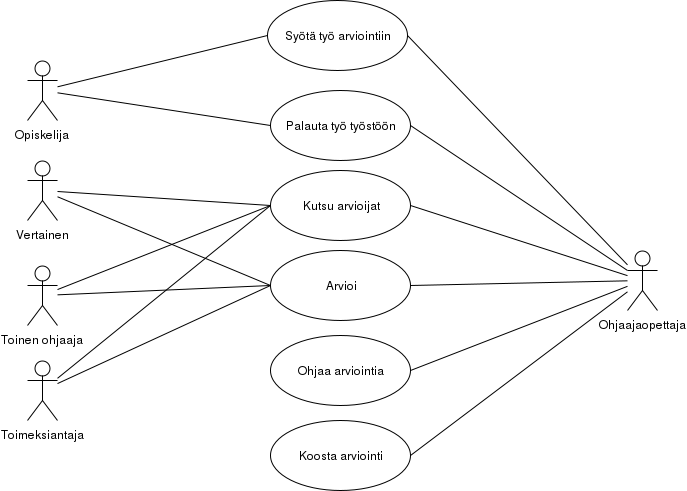
Earlier version of the draw.io export use_case.png (VABAS/Ohjelmistosuunnittelu_ja_testaus_2017K). Source tidied: cells renumbered, new cells last; positions are measured from the earlier drawing's top-left corner, leaving out a move shared by most shapes.
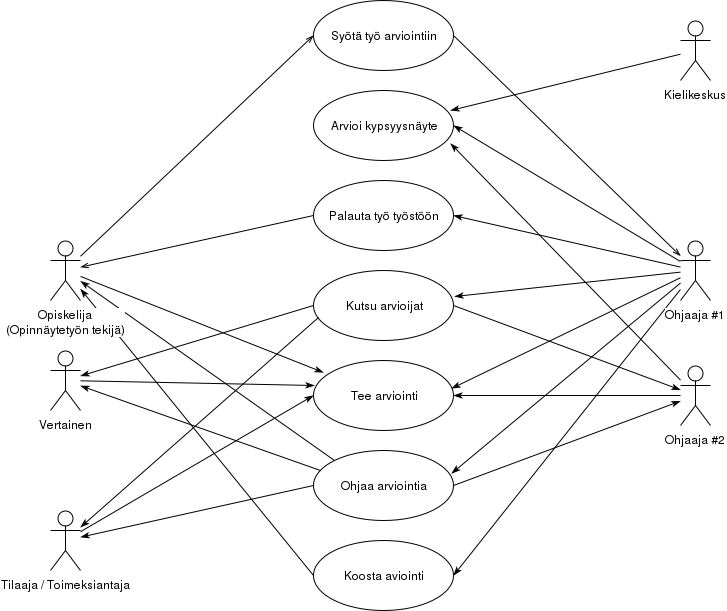
After the change.

Commit message:
Muutettu use case kuvaa

Diff of the diagram source:
```diff
@@ -2,80 +2,117 @@
   <root>
     <mxCell id="0" />
     <mxCell id="1" parent="0" />
+    <mxCell id="27" value="Syötä työ arviointiin&lt;br&gt;" style="ellipse;whiteSpace=wrap;html=1;" parent="1" vertex="1">
+      <mxGeometry x="243" y="-110" width="140" height="70" as="geometry" />
+    </mxCell>
-    <mxCell id="2" value="Syötä työ arviointiin&lt;br&gt;" style="ellipse;whiteSpace=wrap;html=1;" parent="1" vertex="1">
-      <mxGeometry x="240" width="140" height="70" as="geometry" />
+    <mxCell id="2" value="Palauta työ työstöön&lt;br&gt;" style="ellipse;whiteSpace=wrap;html=1;" parent="1" vertex="1">
+      <mxGeometry x="243" y="70" width="140" height="70" as="geometry" />
     </mxCell>
-    <mxCell id="3" value="Arvioi" style="ellipse;whiteSpace=wrap;html=1;" parent="1" vertex="1">
-      <mxGeometry x="243" y="250" width="140" height="70" as="geometry" />
+    <mxCell id="3" value="Arvioi kypsyysnäyte&lt;br&gt;" style="ellipse;whiteSpace=wrap;html=1;" parent="1" vertex="1">
+      <mxGeometry x="243" y="-20" width="140" height="70" as="geometry" />
     </mxCell>
-    <mxCell id="4" value="Koosta arviointi&lt;br&gt;" style="ellipse;whiteSpace=wrap;html=1;" parent="1" vertex="1">
-      <mxGeometry x="243" y="420" width="140" height="70" as="geometry" />
+    <mxCell id="4" value="Kutsu arvioijat&lt;br&gt;" style="ellipse;whiteSpace=wrap;html=1;" parent="1" vertex="1">
+      <mxGeometry x="243" y="160" width="140" height="70" as="geometry" />
     </mxCell>
-    <mxCell id="5" style="edgeStyle=none;rounded=0;html=1;entryX=0;entryY=0.5;endArrow=none;endFill=0;jettySize=auto;strokeColor=#000000;" parent="1" edge="1" source="7" target="2">
-      <mxGeometry relative="1" as="geometry" />
-    </mxCell>
-    <mxCell id="6" style="edgeStyle=none;rounded=0;html=1;entryX=0;entryY=0.5;endArrow=none;endFill=0;jettySize=auto;strokeColor=#000000;" parent="1" edge="1" source="7" target="15">
-      <mxGeometry relative="1" as="geometry" />
-    </mxCell>
-    <mxCell id="7" value="Opiskelija" style="shape=umlActor;verticalLabelPosition=bottom;labelBackgroundColor=#ffffff;verticalAlign=top;html=1;" parent="1" vertex="1">
-      <mxGeometry y="60" width="30" height="60" as="geometry" />
+    <mxCell id="7" value="Tee arviointi&lt;br&gt;" style="ellipse;whiteSpace=wrap;html=1;" parent="1" vertex="1">
+      <mxGeometry x="243" y="250" width="140" height="70" as="geometry" />
     </mxCell>
-    <mxCell id="8" style="rounded=0;html=1;entryX=1;entryY=0.5;jettySize=auto;strokeColor=#000000;endArrow=none;endFill=0;" parent="1" edge="1" source="14" target="15">
-      <mxGeometry relative="1" as="geometry" />
-    </mxCell>
-    <mxCell id="9" style="edgeStyle=none;rounded=0;html=1;entryX=1;entryY=0.5;endArrow=none;endFill=0;jettySize=auto;strokeColor=#000000;" parent="1" edge="1" source="14" target="3">
-      <mxGeometry relative="1" as="geometry" />
-    </mxCell>
-    <mxCell id="10" style="edgeStyle=none;rounded=0;html=1;entryX=1;entryY=0.5;endArrow=none;endFill=0;jettySize=auto;strokeColor=#000000;" parent="1" edge="1" source="14" target="4">
-      <mxGeometry relative="1" as="geometry" />
-    </mxCell>
-    <mxCell id="11" style="edgeStyle=none;rounded=0;html=1;entryX=1;entryY=0.5;endArrow=none;endFill=0;jettySize=auto;strokeColor=#000000;" parent="1" edge="1" source="14" target="2">
-      <mxGeometry relative="1" as="geometry" />
-    </mxCell>
-    <mxCell id="12" style="edgeStyle=none;rounded=0;html=1;entryX=1;entryY=0.5;endArrow=none;endFill=0;jettySize=auto;strokeColor=#000000;" parent="1" edge="1" source="14" target="25">
-      <mxGeometry relative="1" as="geometry" />
-    </mxCell>
-    <mxCell id="13" style="edgeStyle=none;rounded=0;html=1;entryX=1;entryY=0.5;endArrow=none;endFill=0;jettySize=auto;strokeColor=#000000;" parent="1" edge="1" source="14" target="26">
-      <mxGeometry relative="1" as="geometry" />
-    </mxCell>
-    <mxCell id="14" value="Ohjaajaopettaja" style="shape=umlActor;verticalLabelPosition=bottom;labelBackgroundColor=#ffffff;verticalAlign=top;html=1;" parent="1" vertex="1">
-      <mxGeometry x="600" y="250" width="30" height="60" as="geometry" />
+    <mxCell id="14" value="Ohjaa arviointia&lt;br&gt;" style="ellipse;whiteSpace=wrap;html=1;" parent="1" vertex="1">
+      <mxGeometry x="243" y="340" width="140" height="70" as="geometry" />
     </mxCell>
-    <mxCell id="15" value="Palauta työ työstöön&lt;br&gt;" style="ellipse;whiteSpace=wrap;html=1;" parent="1" vertex="1">
-      <mxGeometry x="243" y="90" width="140" height="70" as="geometry" />
+    <mxCell id="15" value="Koosta aviointi&lt;br&gt;" style="ellipse;whiteSpace=wrap;html=1;" parent="1" vertex="1">
+      <mxGeometry x="243" y="430" width="140" height="70" as="geometry" />
     </mxCell>
-    <mxCell id="16" style="edgeStyle=none;rounded=0;html=1;entryX=0;entryY=0.5;endArrow=none;endFill=0;jettySize=auto;strokeColor=#000000;" parent="1" edge="1" source="18" target="3">
-      <mxGeometry relative="1" as="geometry" />
-    </mxCell>
+    <mxCell id="8" style="edgeStyle=none;rounded=0;html=1;entryX=0;entryY=0.5;endArrow=openThin;endFill=0;jettySize=auto;strokeColor=#000000;" parent="1" edge="1" source="30" target="27">
+      <mxGeometry relative="1" as="geometry" />
+    </mxCell>
+    <mxCell id="5" style="edgeStyle=none;rounded=0;html=1;entryX=0;entryY=0.5;endArrow=none;endFill=0;jettySize=auto;strokeColor=#000000;startArrow=openThin;startFill=0;" parent="1" edge="1" source="30" target="2">
+      <mxGeometry relative="1" as="geometry" />
+    </mxCell>
+    <mxCell id="25" style="edgeStyle=none;rounded=0;html=1;entryX=0;entryY=0.5;startArrow=classicThin;startFill=1;endArrow=none;endFill=0;jettySize=auto;strokeColor=#000000;" parent="1" edge="1" source="30" target="15">
+      <mxGeometry relative="1" as="geometry" />
+    </mxCell>
+    <mxCell id="28" style="edgeStyle=none;rounded=0;comic=0;html=1;entryX=0.071;entryY=0.171;entryPerimeter=0;startArrow=none;startFill=0;endArrow=classicThin;endFill=1;jettySize=auto;strokeColor=#000000;" parent="1" edge="1" source="30" target="7">
+      <mxGeometry relative="1" as="geometry" />
+    </mxCell>
+    <mxCell id="29" style="edgeStyle=none;rounded=0;comic=0;html=1;entryX=0;entryY=0;startArrow=classicThin;startFill=1;endArrow=none;endFill=0;jettySize=auto;strokeColor=#000000;" parent="1" edge="1" source="30" target="14">
+      <mxGeometry relative="1" as="geometry" />
+    </mxCell>
+    <mxCell id="30" value="Opiskelija&lt;br&gt;(Opinnäytetyön tekijä)&lt;br&gt;" style="shape=umlActor;verticalLabelPosition=bottom;labelBackgroundColor=#ffffff;verticalAlign=top;html=1;" parent="1" vertex="1">
+      <mxGeometry x="-20" y="130" width="30" height="60" as="geometry" />
+    </mxCell>
+    <mxCell id="10" style="edgeStyle=none;rounded=0;html=1;entryX=1;entryY=0.5;startArrow=openThin;startFill=0;endArrow=none;endFill=0;jettySize=auto;strokeColor=#000000;" parent="1" edge="1" source="34" target="27">
+      <mxGeometry relative="1" as="geometry" />
+    </mxCell>
+    <mxCell id="31" style="edgeStyle=none;rounded=0;html=1;entryX=1;entryY=0.5;startArrow=none;startFill=0;endArrow=classicThin;endFill=1;jettySize=auto;strokeColor=#000000;" parent="1" edge="1" source="34" target="3">
+      <mxGeometry relative="1" as="geometry" />
+    </mxCell>
+    <mxCell id="32" style="edgeStyle=none;rounded=0;html=1;entryX=1;entryY=0.5;startArrow=none;startFill=0;endArrow=classicThin;endFill=1;jettySize=auto;strokeColor=#000000;" parent="1" edge="1" source="34" target="2">
+      <mxGeometry relative="1" as="geometry" />
+    </mxCell>
+    <mxCell id="19" style="edgeStyle=none;rounded=0;html=1;startArrow=none;startFill=0;endArrow=classicThin;endFill=1;jettySize=auto;strokeColor=#000000;" parent="1" edge="1" source="34">
+      <mxGeometry relative="1" as="geometry">
+        <mxPoint x="384" y="186" as="targetPoint" />
+      </mxGeometry>
+    </mxCell>
+    <mxCell id="11" style="edgeStyle=none;rounded=0;html=1;entryX=0.986;entryY=0.4;startArrow=none;startFill=0;endArrow=classicThin;endFill=1;jettySize=auto;strokeColor=#000000;entryPerimeter=0;" parent="1" edge="1" source="34" target="7">
+      <mxGeometry relative="1" as="geometry" />
+    </mxCell>
+    <mxCell id="6" style="edgeStyle=none;rounded=0;html=1;entryX=0.986;entryY=0.329;startArrow=none;startFill=0;endArrow=classicThin;endFill=1;jettySize=auto;strokeColor=#000000;entryPerimeter=0;" parent="1" edge="1" source="34" target="14">
+      <mxGeometry relative="1" as="geometry" />
+    </mxCell>
+    <mxCell id="33" style="edgeStyle=none;rounded=0;html=1;entryX=1;entryY=0.5;startArrow=none;startFill=0;endArrow=classicThin;endFill=1;jettySize=auto;strokeColor=#000000;" parent="1" edge="1" source="34" target="15">
+      <mxGeometry relative="1" as="geometry" />
+    </mxCell>
+    <mxCell id="34" value="Ohjaaja #1&lt;br&gt;" style="shape=umlActor;verticalLabelPosition=bottom;labelBackgroundColor=#ffffff;verticalAlign=top;html=1;" parent="1" vertex="1">
+      <mxGeometry x="610" y="130" width="30" height="60" as="geometry" />
+    </mxCell>
+    <mxCell id="26" style="edgeStyle=none;rounded=0;html=1;entryX=1;entryY=0.5;startArrow=none;startFill=0;endArrow=classicThin;endFill=1;jettySize=auto;strokeColor=#000000;" parent="1" edge="1" source="12" target="7">
+      <mxGeometry relative="1" as="geometry" />
+    </mxCell>
+    <mxCell id="13" style="edgeStyle=none;rounded=0;html=1;startArrow=none;startFill=0;endArrow=classicThin;endFill=1;jettySize=auto;strokeColor=#000000;comic=0;" parent="1" edge="1" source="12">
+      <mxGeometry relative="1" as="geometry">
+        <mxPoint x="380" y="33" as="targetPoint" />
+      </mxGeometry>
+    </mxCell>
-    <mxCell id="17" style="edgeStyle=none;rounded=0;html=1;entryX=0;entryY=0.5;endArrow=none;endFill=0;jettySize=auto;strokeColor=#000000;" parent="1" edge="1" source="18" target="26">
+    <mxCell id="17" style="edgeStyle=none;rounded=0;html=1;entryX=1;entryY=0.5;startArrow=classicThin;startFill=1;endArrow=none;endFill=0;jettySize=auto;strokeColor=#000000;" parent="1" edge="1" source="12" target="4">
       <mxGeometry relative="1" as="geometry" />
     </mxCell>
+    <mxCell id="35" style="edgeStyle=none;rounded=0;comic=0;html=1;entryX=1;entryY=0.5;startArrow=classicThin;startFill=1;endArrow=none;endFill=0;jettySize=auto;strokeColor=#000000;" parent="1" edge="1" source="12" target="14">
+      <mxGeometry relative="1" as="geometry" />
+    </mxCell>
+    <mxCell id="12" value="Ohjaaja #2&lt;br&gt;" style="shape=umlActor;verticalLabelPosition=bottom;labelBackgroundColor=#ffffff;verticalAlign=top;html=1;" parent="1" vertex="1">
+      <mxGeometry x="610" y="255" width="30" height="60" as="geometry" />
+    </mxCell>
+    <mxCell id="23" style="edgeStyle=none;rounded=0;comic=0;html=1;entryX=0.979;entryY=0.286;entryPerimeter=0;startArrow=none;startFill=0;endArrow=classicThin;endFill=1;jettySize=auto;strokeColor=#000000;" parent="1" edge="1" source="20" target="3">
+      <mxGeometry relative="1" as="geometry" />
+    </mxCell>
+    <mxCell id="20" value="Kielikeskus" style="shape=umlActor;verticalLabelPosition=bottom;labelBackgroundColor=#ffffff;verticalAlign=top;html=1;" parent="1" vertex="1">
+      <mxGeometry x="610" y="-90" width="30" height="60" as="geometry" />
+    </mxCell>
+    <mxCell id="36" style="edgeStyle=none;rounded=0;comic=0;html=1;entryX=0.007;entryY=0.357;entryPerimeter=0;startArrow=none;startFill=0;endArrow=classicThin;endFill=1;jettySize=auto;strokeColor=#000000;" parent="1" edge="1" source="18" target="7">
+      <mxGeometry relative="1" as="geometry" />
+    </mxCell>
+    <mxCell id="37" style="edgeStyle=none;rounded=0;comic=0;html=1;entryX=0.05;entryY=0.286;entryPerimeter=0;startArrow=classicThin;startFill=1;endArrow=none;endFill=0;jettySize=auto;strokeColor=#000000;" parent="1" edge="1" source="18" target="14">
+      <mxGeometry relative="1" as="geometry" />
+    </mxCell>
+    <mxCell id="38" style="edgeStyle=none;rounded=0;comic=0;html=1;entryX=0;entryY=0.5;startArrow=classicThin;startFill=1;endArrow=none;endFill=0;jettySize=auto;strokeColor=#000000;" parent="1" edge="1" source="18" target="4">
+      <mxGeometry relative="1" as="geometry" />
+    </mxCell>
     <mxCell id="18" value="Vertainen" style="shape=umlActor;verticalLabelPosition=bottom;labelBackgroundColor=#ffffff;verticalAlign=top;html=1;" parent="1" vertex="1">
-      <mxGeometry y="160" width="30" height="60" as="geometry" />
+      <mxGeometry x="-20" y="240" width="30" height="60" as="geometry" />
     </mxCell>
-    <mxCell id="19" style="edgeStyle=none;rounded=0;html=1;entryX=0;entryY=0.5;endArrow=none;endFill=0;jettySize=auto;strokeColor=#000000;" parent="1" edge="1" source="21" target="3">
-      <mxGeometry relative="1" as="geometry" />
-    </mxCell>
-    <mxCell id="20" style="edgeStyle=none;rounded=0;html=1;endArrow=none;endFill=0;jettySize=auto;strokeColor=#000000;entryX=0;entryY=0.5;" parent="1" edge="1" source="21" target="26">
-      <mxGeometry relative="1" as="geometry" />
-    </mxCell>
-    <mxCell id="21" value="Toinen ohjaaja&lt;br&gt;" style="shape=umlActor;verticalLabelPosition=bottom;labelBackgroundColor=#ffffff;verticalAlign=top;html=1;" parent="1" vertex="1">
-      <mxGeometry y="265" width="30" height="60" as="geometry" />
-    </mxCell>
-    <mxCell id="22" style="edgeStyle=none;rounded=0;html=1;entryX=0;entryY=0.5;endArrow=none;endFill=0;jettySize=auto;strokeColor=#000000;" parent="1" edge="1" source="24" target="3">
-      <mxGeometry relative="1" as="geometry" />
-    </mxCell>
-    <mxCell id="23" style="edgeStyle=none;rounded=0;html=1;entryX=0;entryY=0.5;endArrow=none;endFill=0;jettySize=auto;strokeColor=#000000;" parent="1" edge="1" source="24" target="26">
-      <mxGeometry relative="1" as="geometry" />
-    </mxCell>
-    <mxCell id="24" value="Toimeksiantaja" style="shape=umlActor;verticalLabelPosition=bottom;labelBackgroundColor=#ffffff;verticalAlign=top;html=1;" parent="1" vertex="1">
-      <mxGeometry y="360" width="30" height="60" as="geometry" />
-    </mxCell>
-    <mxCell id="25" value="Ohjaa arviointia&lt;br&gt;" style="ellipse;whiteSpace=wrap;html=1;" parent="1" vertex="1">
-      <mxGeometry x="243" y="335" width="140" height="70" as="geometry" />
-    </mxCell>
-    <mxCell id="26" value="Kutsu arvioijat&lt;br&gt;" style="ellipse;whiteSpace=wrap;html=1;" parent="1" vertex="1">
-      <mxGeometry x="243" y="170" width="140" height="70" as="geometry" />
-    </mxCell>
+    <mxCell id="39" style="edgeStyle=none;rounded=0;comic=0;html=1;entryX=0;entryY=0.5;startArrow=none;startFill=0;endArrow=classicThin;endFill=1;jettySize=auto;strokeColor=#000000;" parent="1" edge="1" source="42" target="7">
+      <mxGeometry relative="1" as="geometry" />
+    </mxCell>
+    <mxCell id="40" style="edgeStyle=none;rounded=0;comic=0;html=1;entryX=0;entryY=0.5;startArrow=classicThin;startFill=1;endArrow=none;endFill=0;jettySize=auto;strokeColor=#000000;" parent="1" edge="1" source="42" target="14">
+      <mxGeometry relative="1" as="geometry" />
+    </mxCell>
+    <mxCell id="41" style="edgeStyle=none;rounded=0;comic=0;html=1;startArrow=classicThin;startFill=1;endArrow=none;endFill=0;jettySize=auto;strokeColor=#000000;entryX=0.036;entryY=0.671;entryPerimeter=0;" parent="1" edge="1" source="42" target="4">
+      <mxGeometry relative="1" as="geometry" />
+    </mxCell>
+    <mxCell id="42" value="Tilaaja / Toimeksiantaja&lt;br&gt;" style="shape=umlActor;verticalLabelPosition=bottom;labelBackgroundColor=#ffffff;verticalAlign=top;html=1;" parent="1" vertex="1">
+      <mxGeometry x="-20" y="400" width="30" height="60" as="geometry" />
+    </mxCell>
   </root>
 </mxGraphModel>
```
